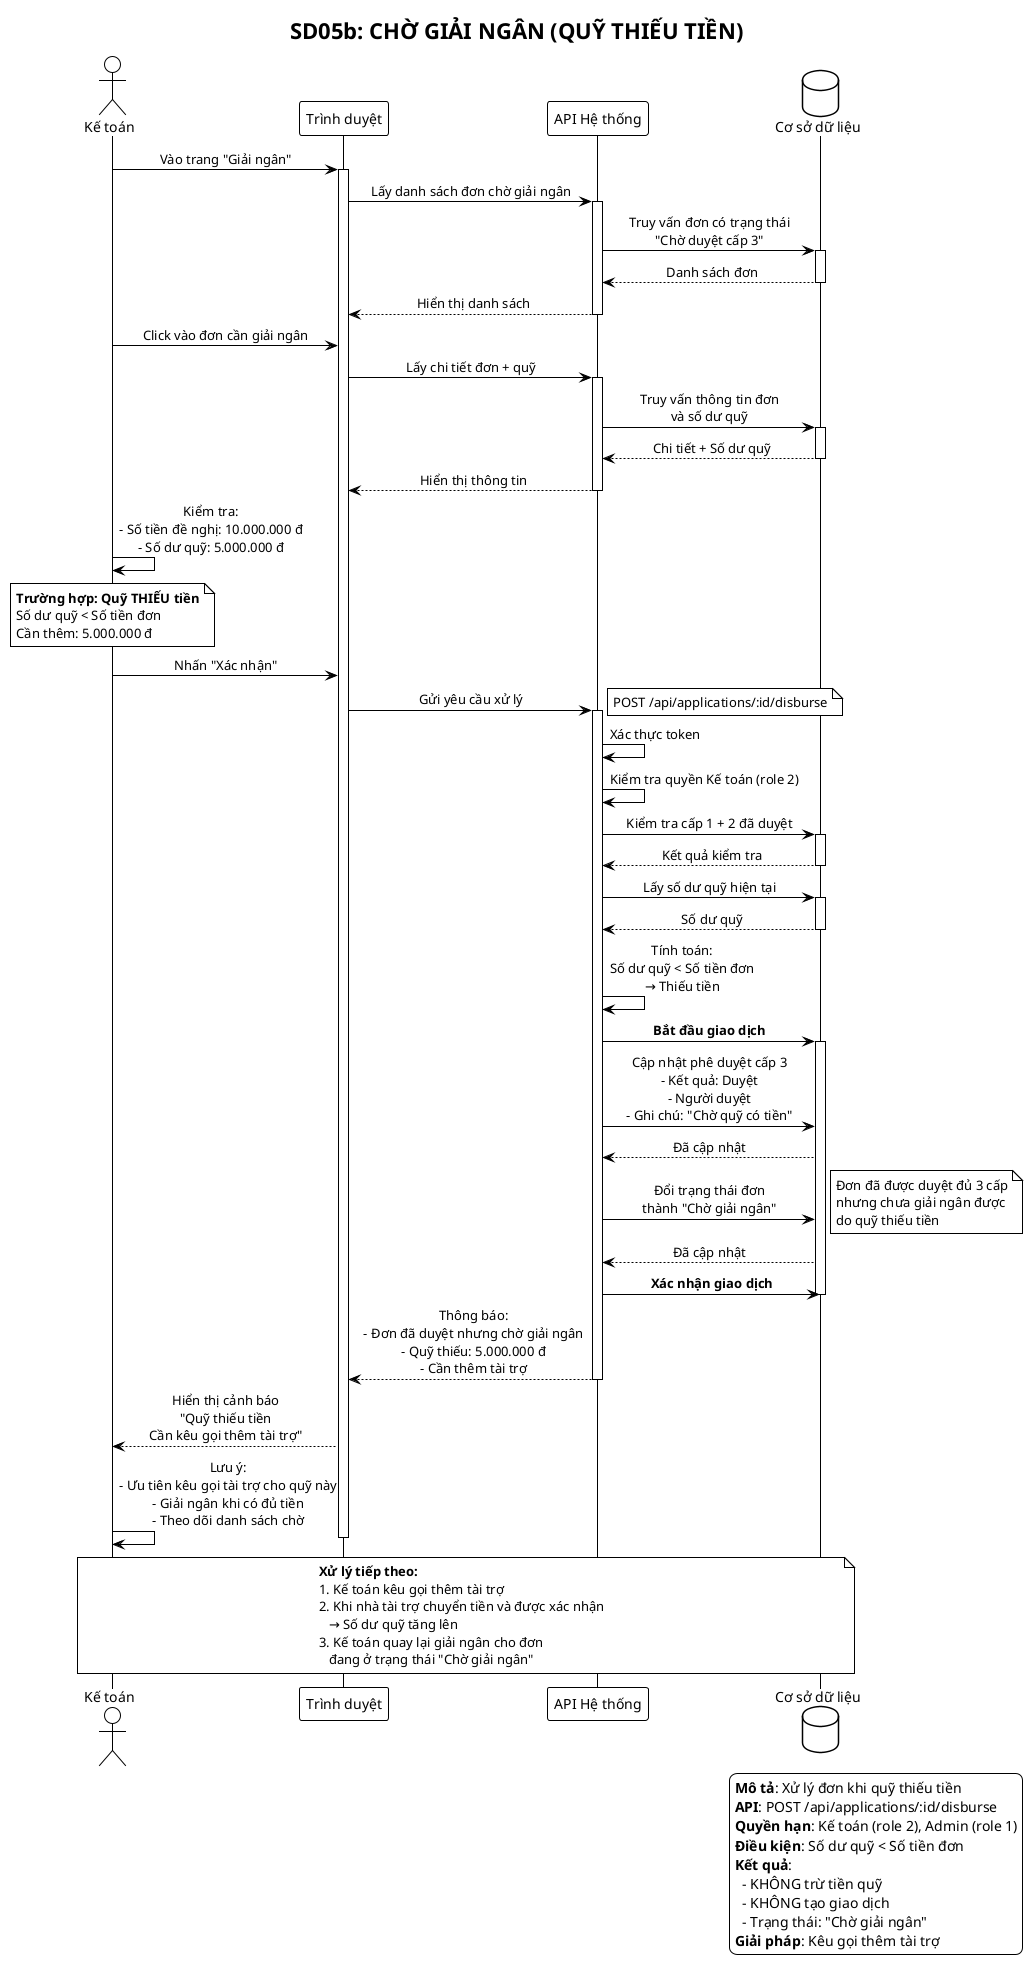
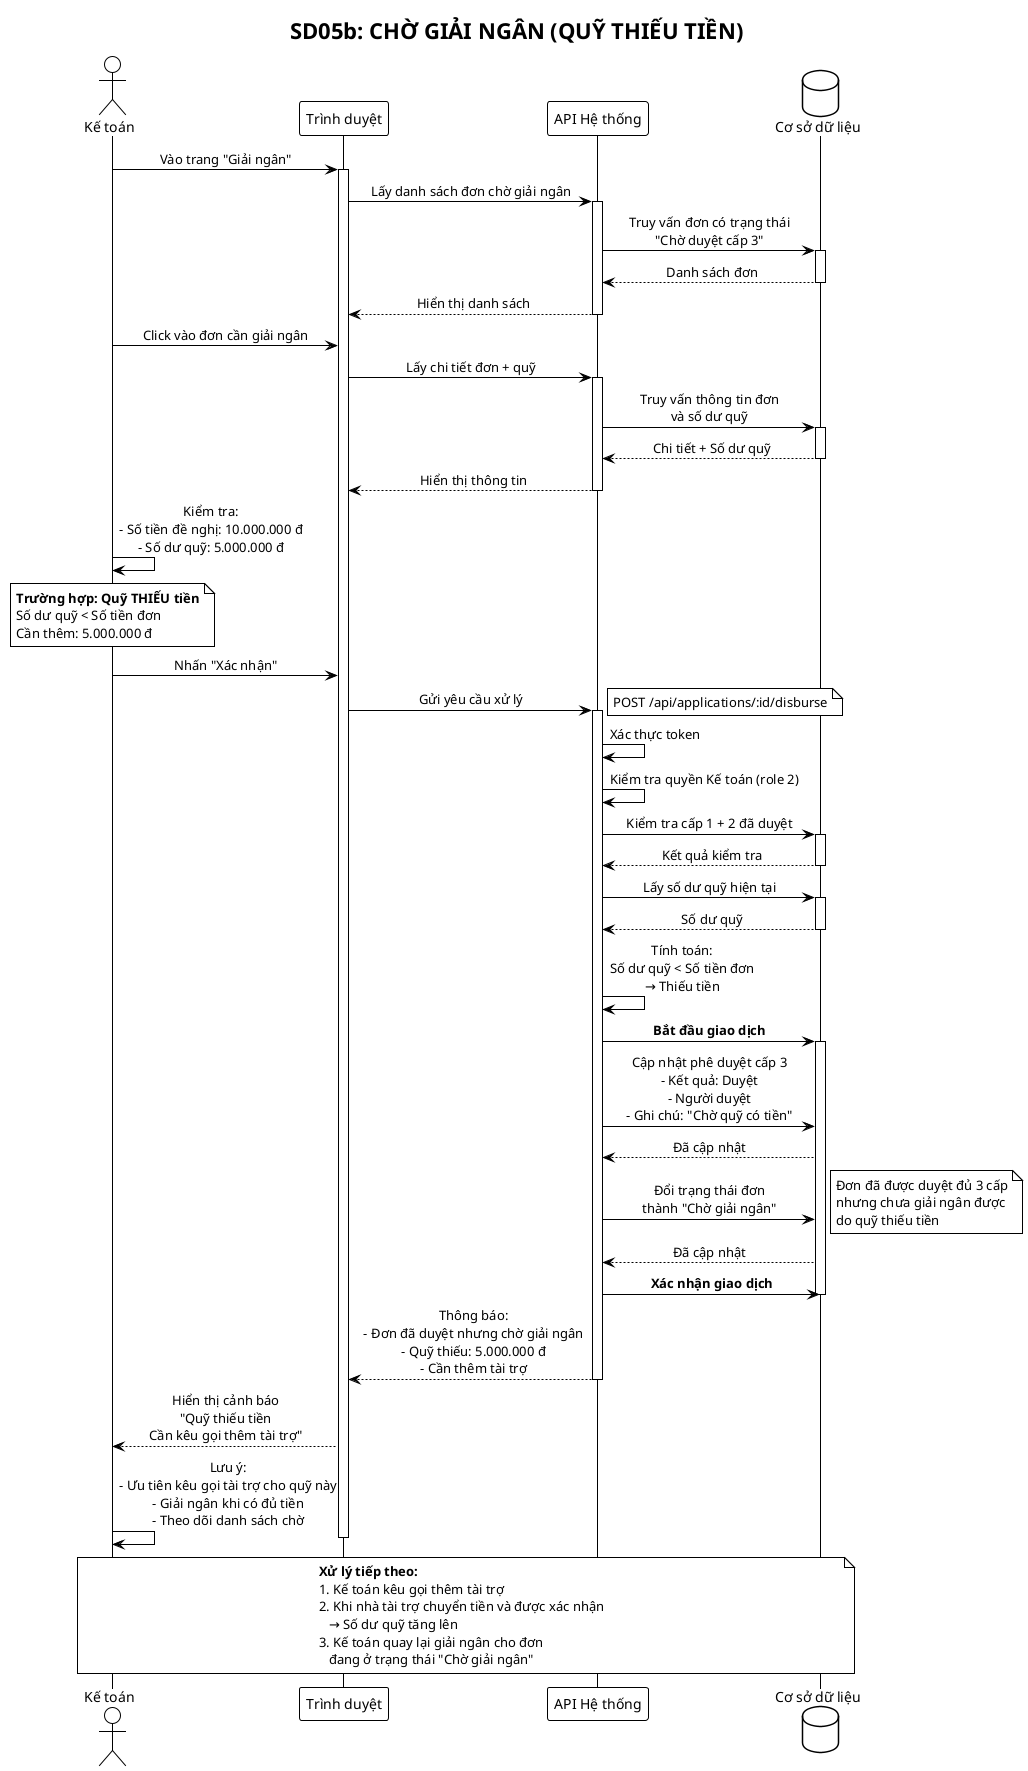
@startuml SD05b_Cho_Giai_Ngan_Thieu_Tien
!theme plain
skinparam backgroundColor #FFFFFF
skinparam sequenceMessageAlign center

title **SD05b: CHỜ GIẢI NGÂN (QUỸ THIẾU TIỀN)**

actor "Kế toán" as KT
participant "Trình duyệt" as Browser
participant "API Hệ thống" as API
database "Cơ sở dữ liệu" as DB

KT -> Browser: Vào trang "Giải ngân"
activate Browser

Browser -> API: Lấy danh sách đơn chờ giải ngân
activate API
API -> DB: Truy vấn đơn có trạng thái\n"Chờ duyệt cấp 3"
activate DB
DB --> API: Danh sách đơn
deactivate DB
API --> Browser: Hiển thị danh sách
deactivate API

KT -> Browser: Click vào đơn cần giải ngân
Browser -> API: Lấy chi tiết đơn + quỹ
activate API
API -> DB: Truy vấn thông tin đơn\nvà số dư quỹ
activate DB
DB --> API: Chi tiết + Số dư quỹ
deactivate DB
API --> Browser: Hiển thị thông tin
deactivate API

KT -> KT: Kiểm tra:\n- Số tiền đề nghị: 10.000.000 đ\n- Số dư quỹ: 5.000.000 đ

note over KT
**Trường hợp: Quỹ THIẾU tiền**
Số dư quỹ < Số tiền đơn
Cần thêm: 5.000.000 đ
end note

KT -> Browser: Nhấn "Xác nhận"

Browser -> API: Gửi yêu cầu xử lý
activate API
note right: POST /api/applications/:id/disburse

API -> API: Xác thực token
API -> API: Kiểm tra quyền Kế toán (role 2)

API -> DB: Kiểm tra cấp 1 + 2 đã duyệt
activate DB
DB --> API: Kết quả kiểm tra
deactivate DB

API -> DB: Lấy số dư quỹ hiện tại
activate DB
DB --> API: Số dư quỹ
deactivate DB

API -> API: Tính toán:\nSố dư quỹ < Số tiền đơn\n→ Thiếu tiền

API -> DB: **Bắt đầu giao dịch**
activate DB

API -> DB: Cập nhật phê duyệt cấp 3\n- Kết quả: Duyệt\n- Người duyệt\n- Ghi chú: "Chờ quỹ có tiền"
DB --> API: Đã cập nhật

API -> DB: Đổi trạng thái đơn\nthành "Chờ giải ngân"
note right
Đơn đã được duyệt đủ 3 cấp
nhưng chưa giải ngân được
do quỹ thiếu tiền
end note
DB --> API: Đã cập nhật

API -> DB: **Xác nhận giao dịch**
deactivate DB

API --> Browser: Thông báo:\n- Đơn đã duyệt nhưng chờ giải ngân\n- Quỹ thiếu: 5.000.000 đ\n- Cần thêm tài trợ
deactivate API

Browser --> KT: Hiển thị cảnh báo\n"Quỹ thiếu tiền\nCần kêu gọi thêm tài trợ"

KT -> KT: Lưu ý:\n- Ưu tiên kêu gọi tài trợ cho quỹ này\n- Giải ngân khi có đủ tiền\n- Theo dõi danh sách chờ

deactivate Browser

note over KT, DB
**Xử lý tiếp theo:**
1. Kế toán kêu gọi thêm tài trợ
2. Khi nhà tài trợ chuyển tiền và được xác nhận
   → Số dư quỹ tăng lên
3. Kế toán quay lại giải ngân cho đơn
   đang ở trạng thái "Chờ giải ngân"
end note
- 
- legend right
- **Mô tả**: Xử lý đơn khi quỹ thiếu tiền
- **API**: POST /api/applications/:id/disburse
- **Quyền hạn**: Kế toán (role 2), Admin (role 1)
- **Điều kiện**: Số dư quỹ < Số tiền đơn
- **Kết quả**:
-   - KHÔNG trừ tiền quỹ
-   - KHÔNG tạo giao dịch
-   - Trạng thái: "Chờ giải ngân"
- **Giải pháp**: Kêu gọi thêm tài trợ
- endlegend
- 
@enduml
